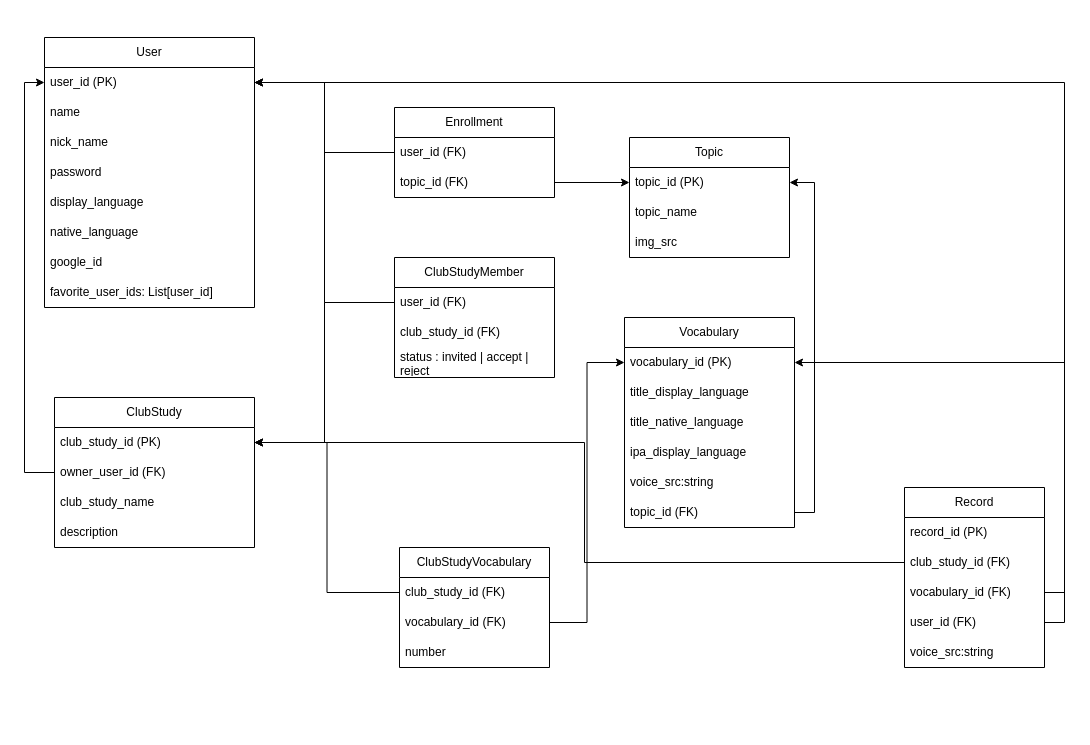
Earlier version of the draw.io diagram docs/db-scheme.dio (dudaji-vn/my-english-accent-webapp). Source tidied: cells renumbered, new cells numbered last; positions are measured from the earlier drawing's top-left corner, leaving out a move shared by most shapes. Both pictures are drawn from the tidied source at 100%, with x=0, y=0 at pixel (44, 37).
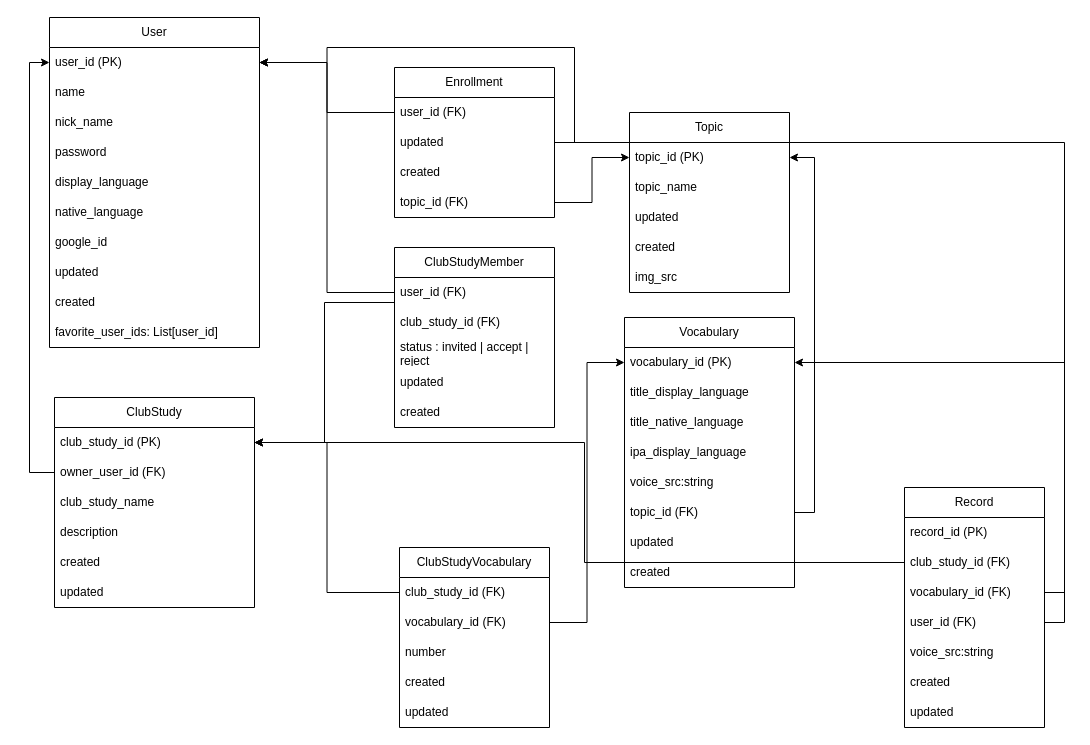
The same page after the edit.

Commit message:
Add created,updated field in all tables

Unchanged cells that the change refers to:
```xml
<mxCell id="3" value="user_id (PK)" style="text;strokeColor=none;fillColor=none;align=left;verticalAlign=middle;spacingLeft=4;spacingRight=4;overflow=hidden;points=[[0,0.5],[1,0.5]];portConstraint=eastwest;whiteSpace=wrap;html=1;fontStyle=0;" parent="2" vertex="1">
  <mxGeometry y="30" width="210" height="30" as="geometry" />
</mxCell>
<mxCell id="48" value="user_id (FK)" style="text;strokeColor=none;fillColor=none;align=left;verticalAlign=middle;spacingLeft=4;spacingRight=4;overflow=hidden;points=[[0,0.5],[1,0.5]];portConstraint=eastwest;whiteSpace=wrap;html=1;" parent="44" vertex="1">
  <mxGeometry y="120" width="140" height="30" as="geometry" />
</mxCell>
```

Diff of the diagram source:
```diff
@@
     <mxCell id="2" value="User&lt;br&gt;" style="swimlane;fontStyle=0;horizontal=1;startSize=30;whiteSpace=wrap;html=1;" parent="1" vertex="1">
-      <mxGeometry width="210" height="270" as="geometry" />
+      <mxGeometry x="5" y="-20" width="210" height="330" as="geometry" />
     </mxCell>
@@
+    <mxCell id="55" value="updated" style="text;strokeColor=none;fillColor=none;align=left;verticalAlign=middle;spacingLeft=4;spacingRight=4;overflow=hidden;whiteSpace=wrap;html=1;" parent="2" vertex="1">
+      <mxGeometry y="240" width="210" height="30" as="geometry" />
+    </mxCell>
+    <mxCell id="56" value="created" style="text;strokeColor=none;fillColor=none;align=left;verticalAlign=middle;spacingLeft=4;spacingRight=4;overflow=hidden;whiteSpace=wrap;html=1;" parent="2" vertex="1">
+      <mxGeometry y="270" width="210" height="30" as="geometry" />
+    </mxCell>
     <mxCell id="10" value="favorite_user_ids: List[user_id]" style="text;strokeColor=none;fillColor=none;align=left;verticalAlign=middle;spacingLeft=4;spacingRight=4;overflow=hidden;whiteSpace=wrap;html=1;" parent="2" vertex="1">
-      <mxGeometry y="240" width="210" height="30" as="geometry" />
+      <mxGeometry y="300" width="210" height="30" as="geometry" />
     </mxCell>
     <mxCell id="11" value="Topic" style="swimlane;fontStyle=0;horizontal=1;startSize=30;whiteSpace=wrap;html=1;" parent="1" vertex="1">
-      <mxGeometry x="585" y="100" width="160" height="120" as="geometry" />
+      <mxGeometry x="585" y="75" width="160" height="180" as="geometry" />
     </mxCell>
@@
+    <mxCell id="57" value="updated" style="text;strokeColor=none;fillColor=none;align=left;verticalAlign=middle;spacingLeft=4;spacingRight=4;overflow=hidden;whiteSpace=wrap;html=1;" parent="11" vertex="1">
+      <mxGeometry y="90" width="160" height="30" as="geometry" />
+    </mxCell>
+    <mxCell id="58" value="created" style="text;strokeColor=none;fillColor=none;align=left;verticalAlign=middle;spacingLeft=4;spacingRight=4;overflow=hidden;whiteSpace=wrap;html=1;" parent="11" vertex="1">
+      <mxGeometry y="120" width="160" height="30" as="geometry" />
+    </mxCell>
     <mxCell id="14" value="img_src" style="text;strokeColor=none;fillColor=none;align=left;verticalAlign=middle;spacingLeft=4;spacingRight=4;overflow=hidden;whiteSpace=wrap;html=1;" parent="11" vertex="1">
-      <mxGeometry y="90" width="160" height="30" as="geometry" />
+      <mxGeometry y="150" width="160" height="30" as="geometry" />
     </mxCell>
     <mxCell id="15" value="Vocabulary" style="swimlane;fontStyle=0;horizontal=1;startSize=30;whiteSpace=wrap;html=1;" parent="1" vertex="1">
-      <mxGeometry x="580" y="280" width="170" height="210" as="geometry" />
+      <mxGeometry x="580" y="280" width="170" height="270" as="geometry" />
     </mxCell>
@@
-    <mxCell id="22" value="Enrollment" style="swimlane;fontStyle=0;horizontal=1;startSize=30;whiteSpace=wrap;html=1;" parent="1" vertex="1">
-      <mxGeometry x="350" y="70" width="160" height="90" as="geometry" />
-    </mxCell>
-    <mxCell id="23" value="user_id (FK)" style="text;strokeColor=none;fillColor=none;align=left;verticalAlign=middle;spacingLeft=4;spacingRight=4;overflow=hidden;points=[[0,0.5],[1,0.5]];portConstraint=eastwest;whiteSpace=wrap;html=1;" parent="22" vertex="1">
-      <mxGeometry y="30" width="160" height="30" as="geometry" />
-    </mxCell>
-    <mxCell id="24" value="topic_id&amp;nbsp;(FK)" style="text;strokeColor=none;fillColor=none;align=left;verticalAlign=middle;spacingLeft=4;spacingRight=4;overflow=hidden;points=[[0,0.5],[1,0.5]];portConstraint=eastwest;whiteSpace=wrap;html=1;" parent="22" vertex="1">
-      <mxGeometry y="60" width="160" height="30" as="geometry" />
-    </mxCell>
+    <mxCell id="59" value="updated" style="text;strokeColor=none;fillColor=none;align=left;verticalAlign=middle;spacingLeft=4;spacingRight=4;overflow=hidden;whiteSpace=wrap;html=1;" parent="15" vertex="1">
+      <mxGeometry y="210" width="170" height="30" as="geometry" />
+    </mxCell>
+    <mxCell id="60" value="created" style="text;strokeColor=none;fillColor=none;align=left;verticalAlign=middle;spacingLeft=4;spacingRight=4;overflow=hidden;whiteSpace=wrap;html=1;" parent="15" vertex="1">
+      <mxGeometry y="240" width="170" height="30" as="geometry" />
+    </mxCell>
     <mxCell id="25" value="ClubStudy" style="swimlane;fontStyle=0;horizontal=1;startSize=30;whiteSpace=wrap;html=1;" parent="1" vertex="1">
-      <mxGeometry x="10" y="360" width="200" height="150" as="geometry" />
+      <mxGeometry x="10" y="360" width="200" height="210" as="geometry" />
     </mxCell>
@@
+    <mxCell id="61" value="created" style="text;strokeColor=none;fillColor=none;align=left;verticalAlign=middle;spacingLeft=4;spacingRight=4;overflow=hidden;whiteSpace=wrap;html=1;" parent="25" vertex="1">
+      <mxGeometry y="150" width="200" height="30" as="geometry" />
+    </mxCell>
+    <mxCell id="62" value="updated" style="text;strokeColor=none;fillColor=none;align=left;verticalAlign=middle;spacingLeft=4;spacingRight=4;overflow=hidden;whiteSpace=wrap;html=1;" parent="25" vertex="1">
+      <mxGeometry y="180" width="200" height="30" as="geometry" />
+    </mxCell>
@@
     <mxCell id="31" value="ClubStudyMember" style="swimlane;fontStyle=0;horizontal=1;startSize=30;whiteSpace=wrap;html=1;" parent="1" vertex="1">
-      <mxGeometry x="350" y="220" width="160" height="120" as="geometry" />
+      <mxGeometry x="350" y="210" width="160" height="180" as="geometry" />
     </mxCell>
@@
+    <mxCell id="63" value="updated" style="text;strokeColor=none;fillColor=none;align=left;verticalAlign=middle;spacingLeft=4;spacingRight=4;overflow=hidden;whiteSpace=wrap;html=1;" parent="31" vertex="1">
+      <mxGeometry y="120" width="160" height="30" as="geometry" />
+    </mxCell>
+    <mxCell id="64" value="created" style="text;strokeColor=none;fillColor=none;align=left;verticalAlign=middle;spacingLeft=4;spacingRight=4;overflow=hidden;whiteSpace=wrap;html=1;" parent="31" vertex="1">
+      <mxGeometry y="150" width="160" height="30" as="geometry" />
+    </mxCell>
     <mxCell id="35" value="ClubStudyVocabulary" style="swimlane;fontStyle=0;horizontal=1;startSize=30;whiteSpace=wrap;html=1;" parent="1" vertex="1">
-      <mxGeometry x="355" y="510" width="150" height="120" as="geometry" />
+      <mxGeometry x="355" y="510" width="150" height="180" as="geometry" />
     </mxCell>
@@
+    <mxCell id="65" value="created" style="text;strokeColor=none;fillColor=none;align=left;verticalAlign=middle;spacingLeft=4;spacingRight=4;overflow=hidden;whiteSpace=wrap;html=1;" parent="35" vertex="1">
+      <mxGeometry y="120" width="150" height="30" as="geometry" />
+    </mxCell>
+    <mxCell id="66" value="updated" style="text;strokeColor=none;fillColor=none;align=left;verticalAlign=middle;spacingLeft=4;spacingRight=4;overflow=hidden;whiteSpace=wrap;html=1;" parent="35" vertex="1">
+      <mxGeometry y="150" width="150" height="30" as="geometry" />
+    </mxCell>
@@
     <mxCell id="44" value="Record" style="swimlane;fontStyle=0;horizontal=1;startSize=30;whiteSpace=wrap;html=1;" parent="1" vertex="1">
-      <mxGeometry x="860" y="450" width="140" height="180" as="geometry" />
+      <mxGeometry x="860" y="450" width="140" height="240" as="geometry" />
     </mxCell>
@@
+    <mxCell id="67" value="created" style="text;strokeColor=none;fillColor=none;align=left;verticalAlign=middle;spacingLeft=4;spacingRight=4;overflow=hidden;whiteSpace=wrap;html=1;" parent="44" vertex="1">
+      <mxGeometry y="180" width="140" height="30" as="geometry" />
+    </mxCell>
+    <mxCell id="68" value="updated" style="text;strokeColor=none;fillColor=none;align=left;verticalAlign=middle;spacingLeft=4;spacingRight=4;overflow=hidden;whiteSpace=wrap;html=1;" parent="44" vertex="1">
+      <mxGeometry y="210" width="140" height="30" as="geometry" />
+    </mxCell>
@@
-    <mxCell id="51" style="edgeStyle=orthogonalEdgeStyle;shape=connector;rounded=0;jettySize=auto;html=1;exitX=1;exitY=0.5;exitDx=0;exitDy=0;entryX=1;entryY=0.5;entryDx=0;entryDy=0;labelBackgroundColor=default;strokeColor=default;align=center;verticalAlign=middle;fontFamily=Helvetica;fontSize=11;fontColor=default;endArrow=classic;" parent="1" edge="1" source="48" target="3">
+    <mxCell id="51" style="edgeStyle=orthogonalEdgeStyle;shape=connector;rounded=0;jettySize=auto;html=1;exitX=1;exitY=0.5;exitDx=0;exitDy=0;entryX=1;entryY=0.5;entryDx=0;entryDy=0;labelBackgroundColor=default;strokeColor=default;align=center;verticalAlign=middle;fontFamily=Helvetica;fontSize=11;fontColor=default;endArrow=classic;startArrow=none;" parent="1" edge="1" source="22" target="3">
       <mxGeometry relative="1" as="geometry" />
     </mxCell>
@@
+    <mxCell id="69" style="edgeStyle=orthogonalEdgeStyle;shape=connector;rounded=0;jettySize=auto;html=1;exitX=1;exitY=0.5;exitDx=0;exitDy=0;entryX=1;entryY=0.5;entryDx=0;entryDy=0;labelBackgroundColor=default;strokeColor=default;align=center;verticalAlign=middle;fontFamily=Helvetica;fontSize=11;fontColor=default;endArrow=none;" parent="1" edge="1" source="48" target="22">
+      <mxGeometry relative="1" as="geometry" />
+    </mxCell>
+    <mxCell id="22" value="Enrollment" style="swimlane;fontStyle=0;horizontal=1;startSize=30;whiteSpace=wrap;html=1;" parent="1" vertex="1">
+      <mxGeometry x="350" y="30" width="160" height="150" as="geometry" />
+    </mxCell>
+    <mxCell id="23" value="user_id (FK)" style="text;strokeColor=none;fillColor=none;align=left;verticalAlign=middle;spacingLeft=4;spacingRight=4;overflow=hidden;points=[[0,0.5],[1,0.5]];portConstraint=eastwest;whiteSpace=wrap;html=1;" parent="22" vertex="1">
+      <mxGeometry y="30" width="160" height="30" as="geometry" />
+    </mxCell>
+    <mxCell id="70" value="updated" style="text;strokeColor=none;fillColor=none;align=left;verticalAlign=middle;spacingLeft=4;spacingRight=4;overflow=hidden;whiteSpace=wrap;html=1;" parent="22" vertex="1">
+      <mxGeometry y="60" width="160" height="30" as="geometry" />
+    </mxCell>
+    <mxCell id="71" value="created" style="text;strokeColor=none;fillColor=none;align=left;verticalAlign=middle;spacingLeft=4;spacingRight=4;overflow=hidden;whiteSpace=wrap;html=1;" parent="22" vertex="1">
+      <mxGeometry y="90" width="160" height="30" as="geometry" />
+    </mxCell>
+    <mxCell id="24" value="topic_id&amp;nbsp;(FK)" style="text;strokeColor=none;fillColor=none;align=left;verticalAlign=middle;spacingLeft=4;spacingRight=4;overflow=hidden;points=[[0,0.5],[1,0.5]];portConstraint=eastwest;whiteSpace=wrap;html=1;" parent="22" vertex="1">
+      <mxGeometry y="120" width="160" height="30" as="geometry" />
+    </mxCell>
```
